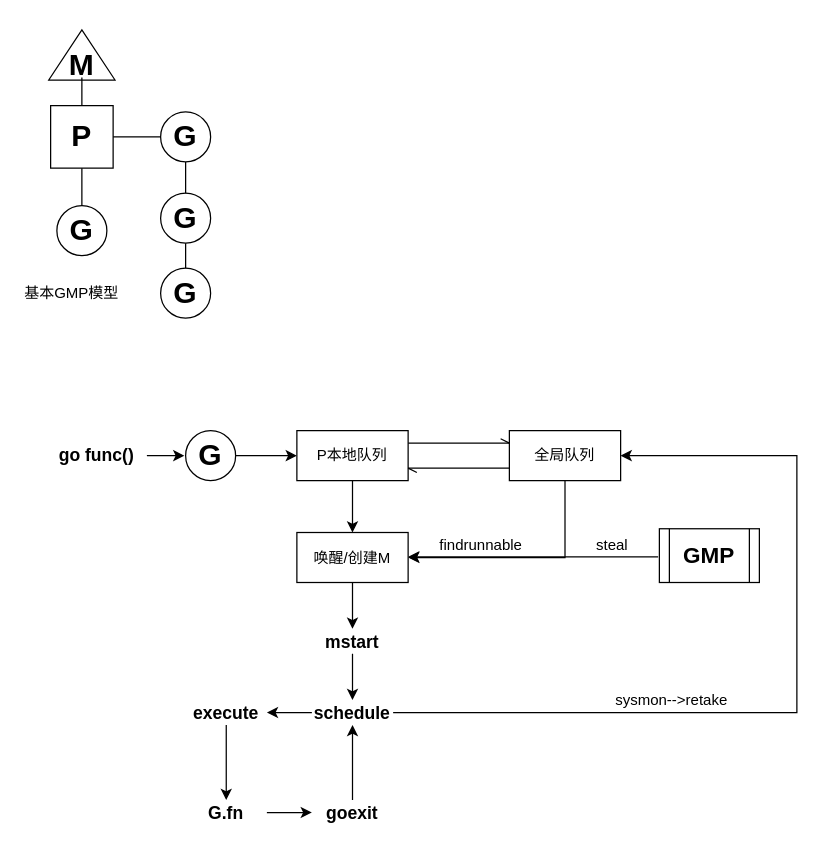
Above: page "调度流程" (2 of 2) of golang调度.drawio in Aavon/doc_drawio (draw.io), before the change. Source tidied: cells renumbered, new cells numbered last; positions are measured from the earlier drawing's top-left corner, leaving out a move shared by most shapes. Both pictures are drawn from the tidied source at 125%, with x=0, y=0 at pixel (21, 21).
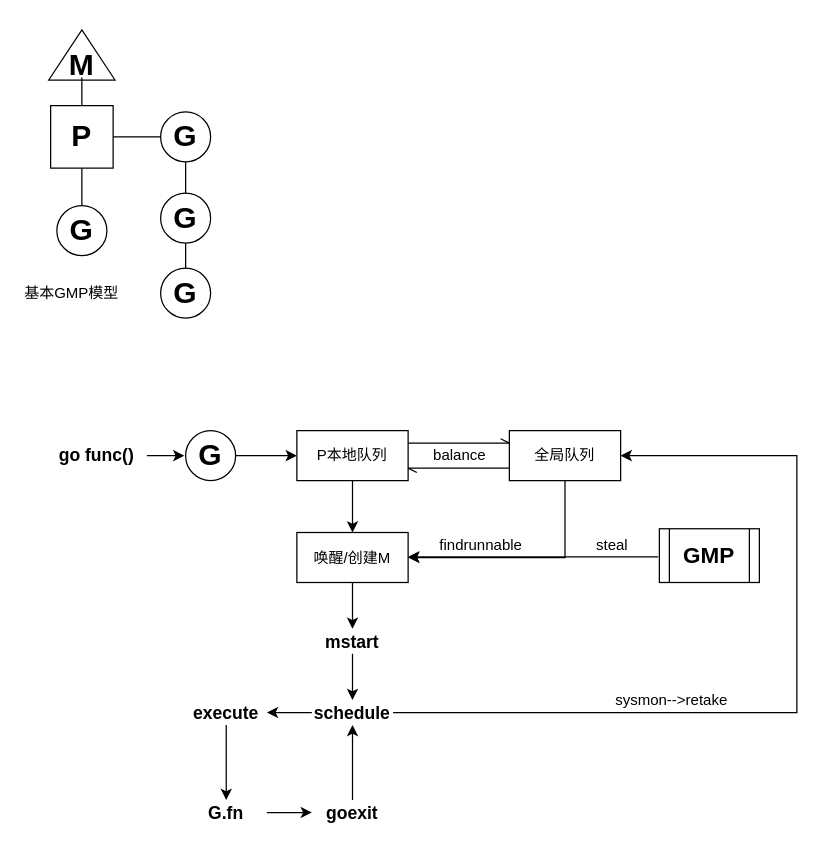
The same diagram, later.

What changed in the source:
```diff
@@
+    <mxCell id="44" value="balance" style="text;html=1;strokeColor=none;fillColor=none;align=center;verticalAlign=middle;whiteSpace=wrap;rounded=0;" parent="1" vertex="1">
+      <mxGeometry x="320" y="339" width="61" height="16" as="geometry" />
+    </mxCell>
```
